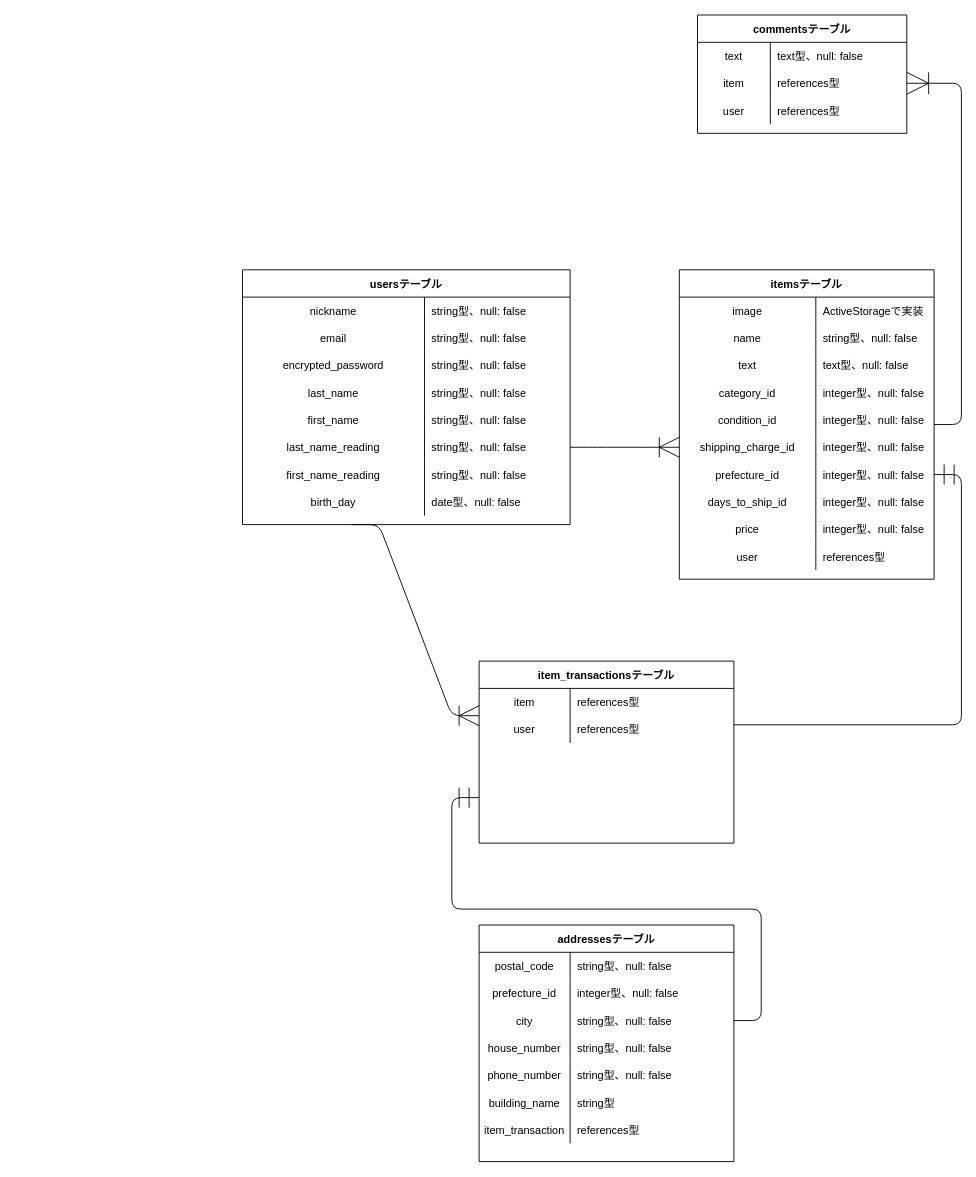
Before: er.dio in Trynet123/furima-33963, a draw.io diagram. Source tidied: cells renumbered, new cells numbered last; positions are measured from the earlier drawing's top-left corner, leaving out a move shared by most shapes. Both pictures are drawn from the tidied source at 91%, with x=0, y=0 at pixel (242, 15).
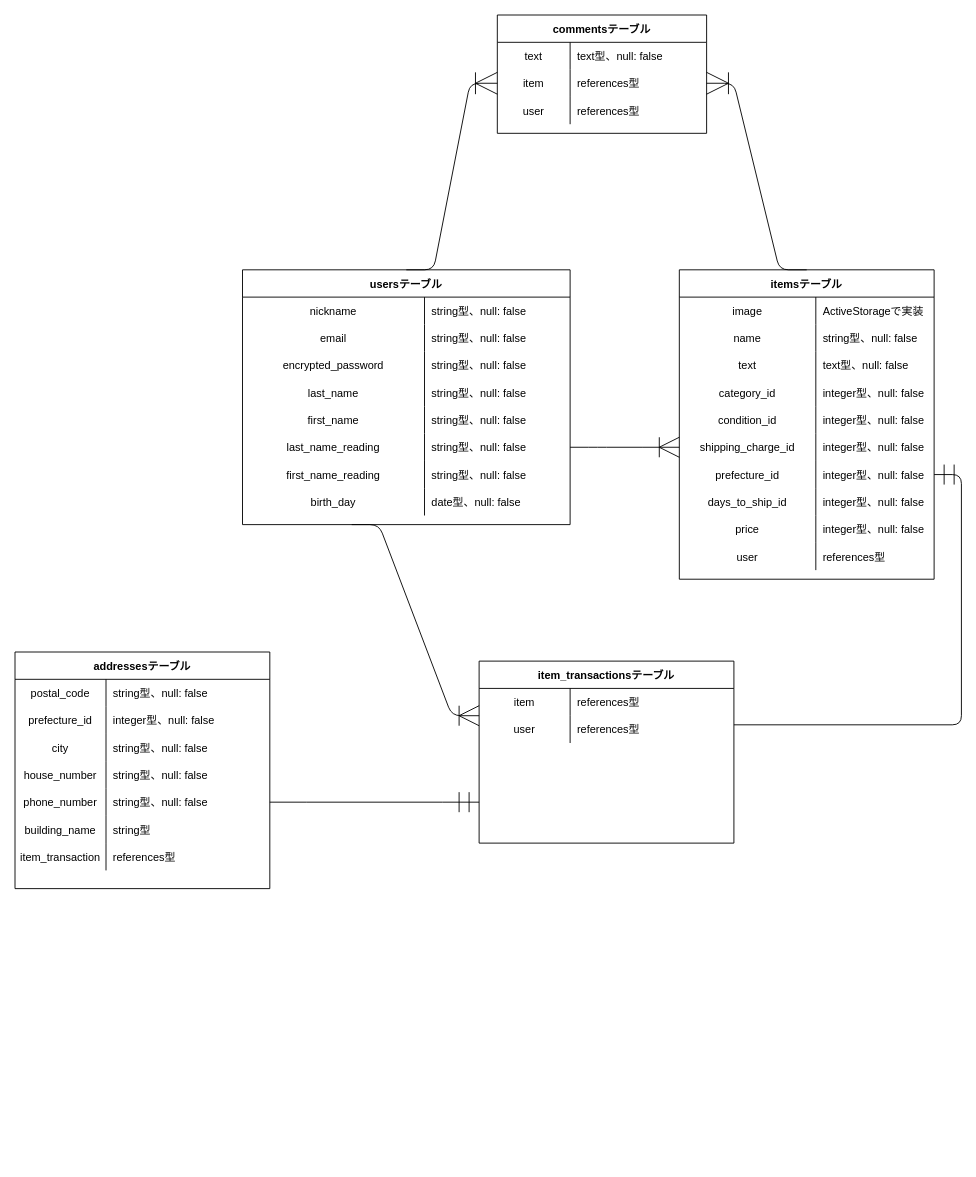
The same diagram, later.

The change refers to these unchanged cells:
```xml
<mxCell id="2" value="usersテーブル" style="shape=table;startSize=30;childLayout=tableLayout;rowLines=0;fontStyle=1;align=center;" parent="1" vertex="1">
  <mxGeometry y="280" width="360" height="280" as="geometry" />
</mxCell>
<mxCell id="27" value="itemsテーブル" style="shape=table;startSize=30;childLayout=tableLayout;rowLines=0;fontStyle=1;align=center;" parent="1" vertex="1">
  <mxGeometry x="480" y="280" width="280" height="340" as="geometry" />
</mxCell>
<mxCell id="72" style="shape=partialRectangle;fillColor=none;top=0;left=0;bottom=0;right=0;points=[[0,0.5],[1,0.5]];portConstraint=eastwest;" parent="65" vertex="1">
  <mxGeometry y="90" width="280" height="30" as="geometry" />
</mxCell>
<mxCell id="78" style="shape=partialRectangle;fillColor=none;top=0;left=0;bottom=0;right=0;points=[[0,0.5],[1,0.5]];portConstraint=eastwest;" parent="65" vertex="1">
  <mxGeometry y="150" width="280" height="30" as="geometry" />
</mxCell>
<mxCell id="95" style="shape=partialRectangle;fillColor=none;top=0;left=0;bottom=0;right=0;points=[[0,0.5],[1,0.5]];portConstraint=eastwest;" parent="91" vertex="1">
  <mxGeometry y="60" width="230" height="30" as="geometry" />
</mxCell>
```

Change to the diagram source:
```diff
@@
     <mxCell id="65" value="addressesテーブル" style="shape=table;startSize=30;childLayout=tableLayout;rowLines=0;fontStyle=1;align=center;" parent="1" vertex="1">
-      <mxGeometry x="260" y="1000" width="280" height="260" as="geometry" />
+      <mxGeometry x="-250" y="700" width="280" height="260" as="geometry" />
     </mxCell>
@@
-    <mxCell id="90" style="edgeStyle=entityRelationEdgeStyle;fontSize=12;html=1;endArrow=ERmandOne;strokeWidth=1;endSize=20;exitX=1;exitY=0.5;exitDx=0;exitDy=0;" parent="1" edge="1" source="72">
+    <mxCell id="90" style="edgeStyle=entityRelationEdgeStyle;fontSize=12;html=1;endArrow=ERmandOne;strokeWidth=1;endSize=20;exitX=1;exitY=0.5;exitDx=0;exitDy=0;" parent="1" edge="1" source="78">
       <mxGeometry relative="1" as="geometry">
-        <mxPoint x="260" y="860" as="targetPoint" />
+        <mxPoint x="260" y="865" as="targetPoint" />
       </mxGeometry>
     </mxCell>
     <mxCell id="91" value="commentsテーブル" style="shape=table;startSize=30;childLayout=tableLayout;rowLines=0;fontStyle=1;align=center;" parent="1" vertex="1">
-      <mxGeometry x="500" width="230" height="130" as="geometry" />
+      <mxGeometry x="280" width="230" height="130" as="geometry" />
     </mxCell>
@@
-    <mxCell id="101" style="edgeStyle=entityRelationEdgeStyle;fontSize=12;html=1;endArrow=ERoneToMany;strokeWidth=1;jumpSize=6;startSize=6;endSize=22;" parent="1" edge="1" source="27" target="95">
+    <mxCell id="101" style="edgeStyle=entityRelationEdgeStyle;fontSize=12;html=1;endArrow=ERoneToMany;strokeWidth=1;jumpSize=6;startSize=6;endSize=22;exitX=0.5;exitY=0;exitDx=0;exitDy=0;" parent="1" edge="1" source="27" target="95">
       <mxGeometry relative="1" as="geometry" />
     </mxCell>
+    <mxCell id="102" style="edgeStyle=entityRelationEdgeStyle;fontSize=12;html=1;endArrow=ERoneToMany;exitX=0.5;exitY=0;exitDx=0;exitDy=0;entryX=0;entryY=0.5;entryDx=0;entryDy=0;endSize=22;" parent="1" edge="1" source="2" target="95">
+      <mxGeometry relative="1" as="geometry" />
+    </mxCell>
```
